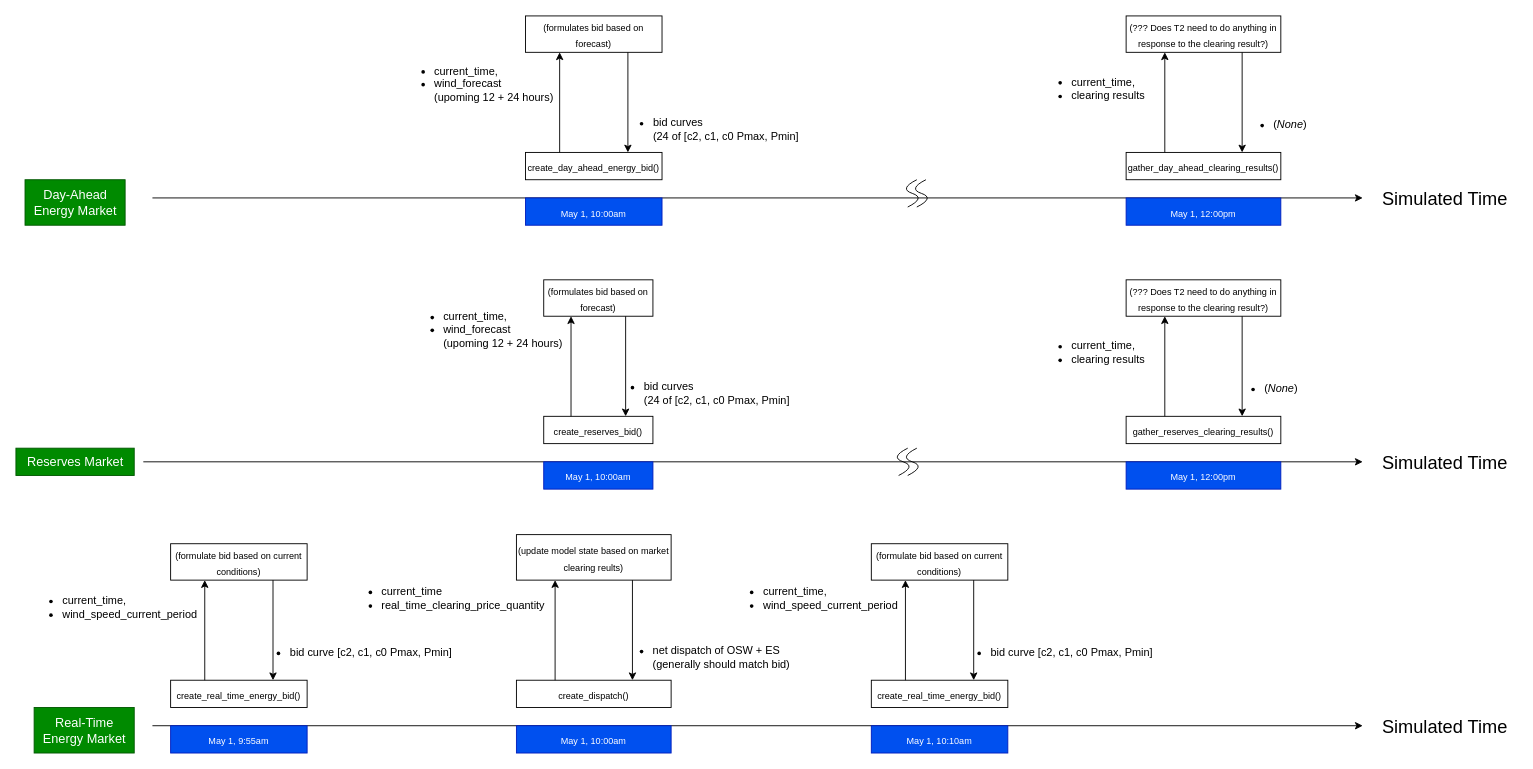
Before: docs/osw_market_timing.drawio in pnnl/cst, a draw.io diagram. Source tidied: cells renumbered, new cells numbered last; positions are measured from the earlier drawing's top-left corner, leaving out a move shared by most shapes. Both pictures are drawn from the tidied source at 91%, with x=0, y=0 at pixel (15, 15).
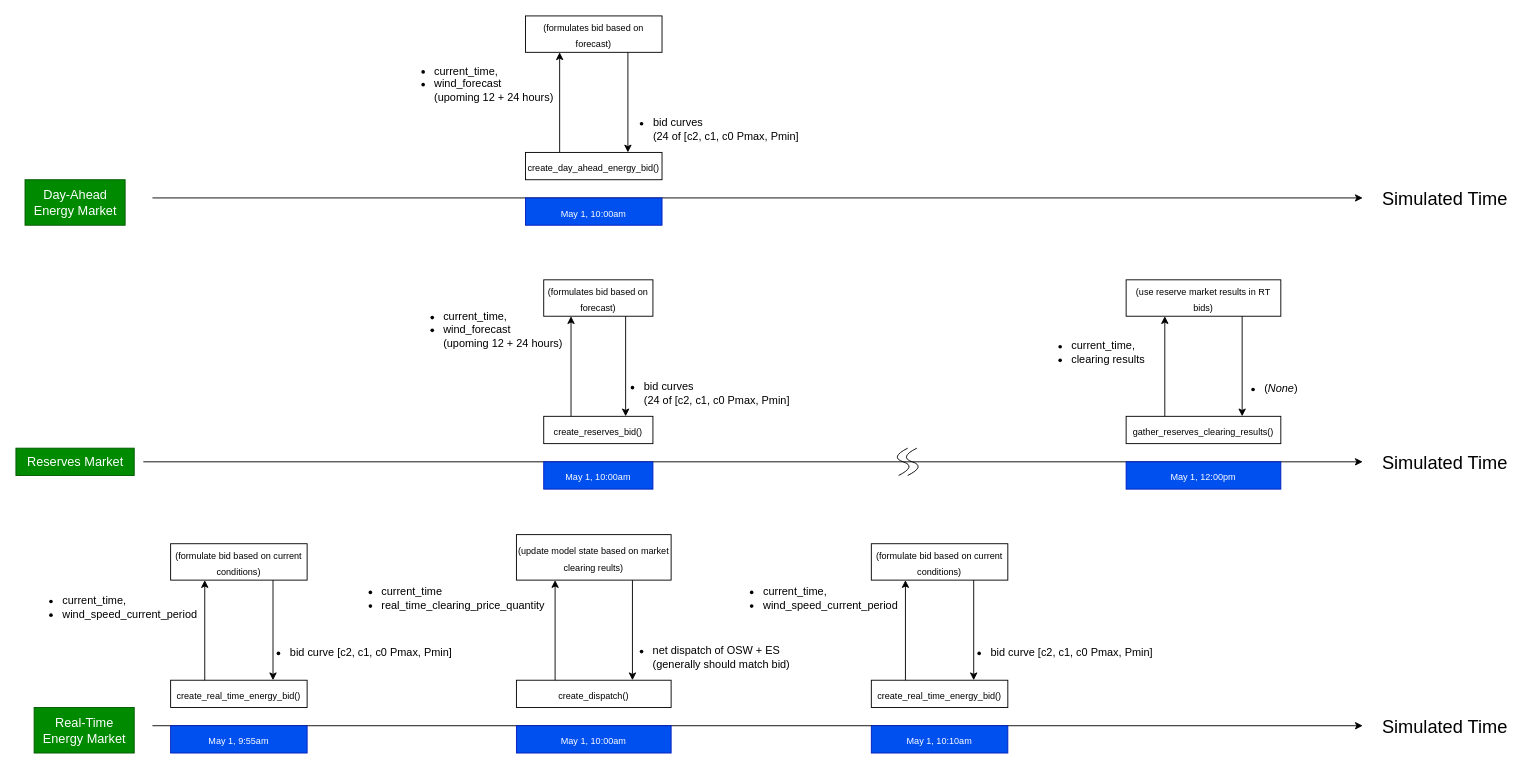
The same page after the edit.

Commit message (it also covers changes not shown here):
Update market timing diagram

Diff of the diagram source:
```diff
@@
-    <mxCell id="12" value="&lt;font size=&quot;1&quot;&gt;May 1, 12:00pm&lt;/font&gt;" style="whiteSpace=wrap;html=1;fontSize=15;fillColor=#0050ef;fontColor=#ffffff;strokeColor=#001DBC;" parent="1" vertex="1">
-      <mxGeometry x="1220" y="200" width="170" height="30" as="geometry" />
-    </mxCell>
-    <mxCell id="13" value="&lt;font size=&quot;1&quot;&gt;gather_day_ahead_clearing_results()&lt;/font&gt;" style="whiteSpace=wrap;html=1;fontSize=15;" parent="1" vertex="1">
-      <mxGeometry x="1220" y="150" width="170" height="30" as="geometry" />
-    </mxCell>
-    <mxCell id="14" value="&lt;font size=&quot;1&quot;&gt;(??? Does T2 need to do anything in response to the clearing result?)&lt;/font&gt;" style="whiteSpace=wrap;html=1;fontSize=15;" parent="1" vertex="1">
-      <mxGeometry x="1220" width="170" height="40" as="geometry" />
-    </mxCell>
-    <mxCell id="15" style="endArrow=classic;html=1;fontSize=14;exitX=0.25;exitY=0;exitDx=0;exitDy=0;entryX=0.25;entryY=1;entryDx=0;entryDy=0;" parent="1" edge="1" source="13" target="14">
-      <mxGeometry relative="1" as="geometry" />
-    </mxCell>
-    <mxCell id="16" style="endArrow=classic;html=1;fontSize=14;exitX=0.75;exitY=1;exitDx=0;exitDy=0;entryX=0.75;entryY=0;entryDx=0;entryDy=0;" parent="1" edge="1" source="14" target="13">
-      <mxGeometry relative="1" as="geometry" />
-    </mxCell>
-    <mxCell id="17" value="&lt;div style=&quot;text-align: left;&quot;&gt;&lt;ul style=&quot;font-size: 12px;&quot;&gt;&lt;li&gt;&lt;span style=&quot;font-size: 12px; background-color: initial;&quot;&gt;current_time,&lt;/span&gt;&lt;/li&gt;&lt;li&gt;&lt;span style=&quot;font-size: 12px; background-color: initial;&quot;&gt;clearing results&lt;/span&gt;&lt;/li&gt;&lt;/ul&gt;&lt;/div&gt;" style="text;html=1;align=center;verticalAlign=middle;strokeColor=none;fillColor=none;fontSize=14;" parent="1" vertex="1">
-      <mxGeometry x="1110" y="40" width="140" height="80" as="geometry" />
-    </mxCell>
@@
-    <mxCell id="30" value="&lt;span style=&quot;font-size: x-small;&quot;&gt;(??? Does T2 need to do anything in response to the clearing result?)&lt;/span&gt;" style="whiteSpace=wrap;html=1;fontSize=15;" parent="1" vertex="1">
+    <mxCell id="30" value="&lt;font size=&quot;1&quot;&gt;(use reserve market results in RT bids)&lt;/font&gt;" style="whiteSpace=wrap;html=1;fontSize=15;" parent="1" vertex="1">
       <mxGeometry x="1220" y="290" width="170" height="40" as="geometry" />
     </mxCell>
@@
-    <mxCell id="49" value="&lt;div style=&quot;text-align: left;&quot;&gt;&lt;ul style=&quot;font-size: 12px;&quot;&gt;&lt;li&gt;(&lt;i&gt;None&lt;/i&gt;)&lt;/li&gt;&lt;/ul&gt;&lt;/div&gt;" style="text;html=1;align=center;verticalAlign=middle;strokeColor=none;fillColor=none;fontSize=14;" parent="1" vertex="1">
-      <mxGeometry x="1330" y="90" width="100" height="60" as="geometry" />
-    </mxCell>
@@
-    <mxCell id="60" style="curved=1;endArrow=none;html=1;fontSize=12;endFill=0;" parent="1" edge="1">
-      <mxGeometry relative="1" as="geometry">
-        <mxPoint x="980" y="210" as="sourcePoint" />
-        <mxPoint x="990" y="180" as="targetPoint" />
-        <Array as="points">
-          <mxPoint x="1000" y="200" />
-          <mxPoint x="970" y="190" />
-        </Array>
-      </mxGeometry>
-    </mxCell>
-    <mxCell id="61" style="curved=1;endArrow=none;html=1;fontSize=12;endFill=0;" parent="1" edge="1">
-      <mxGeometry relative="1" as="geometry">
-        <mxPoint x="990" y="210" as="sourcePoint" />
-        <mxPoint x="1000" y="180" as="targetPoint" />
-        <Array as="points">
-          <mxPoint x="1010" y="200" />
-          <mxPoint x="980" y="190" />
-        </Array>
-      </mxGeometry>
-    </mxCell>
```
